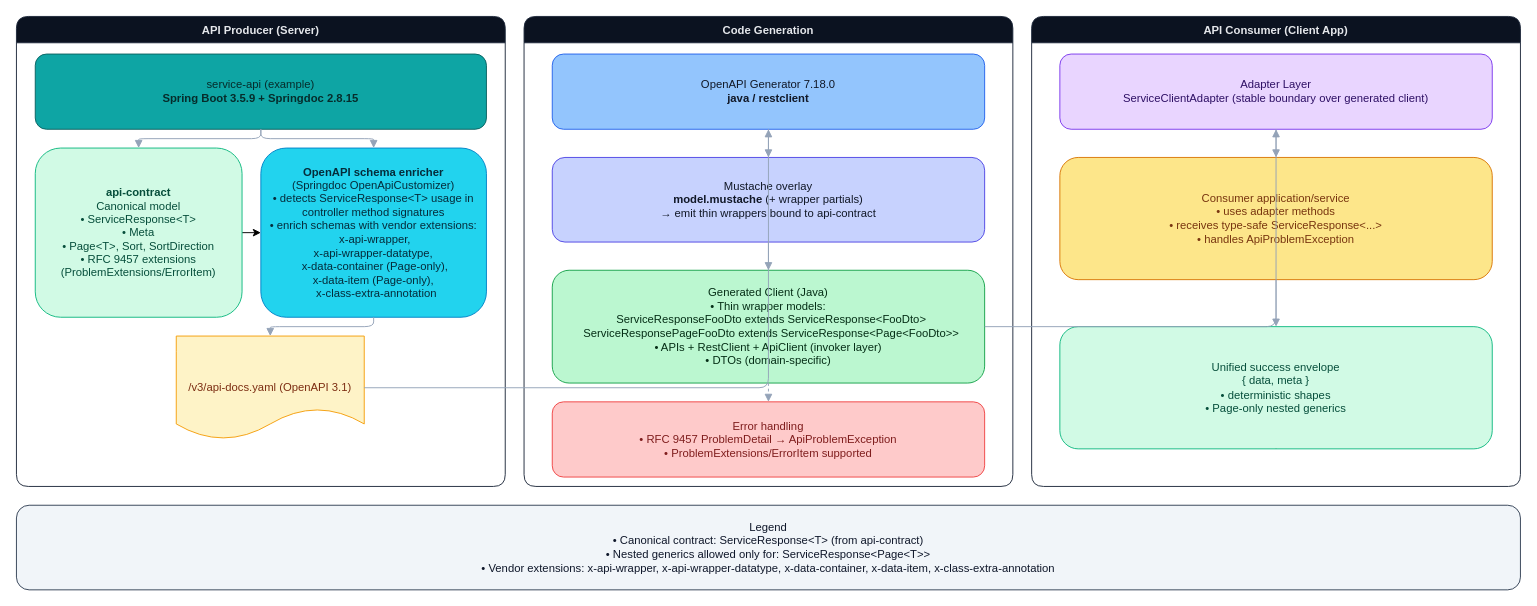
Above: docs/images/architecture/architectural-diagram.drawio in bsayli/spring-boot-openapi-generics-clients (draw.io), before the change. Source tidied: cells renumbered, new cells numbered last; positions are measured from the earlier drawing's top-left corner, leaving out a move shared by most shapes. Both pictures are drawn from the tidied source at 94%, with x=0, y=0 at pixel (16, 16).
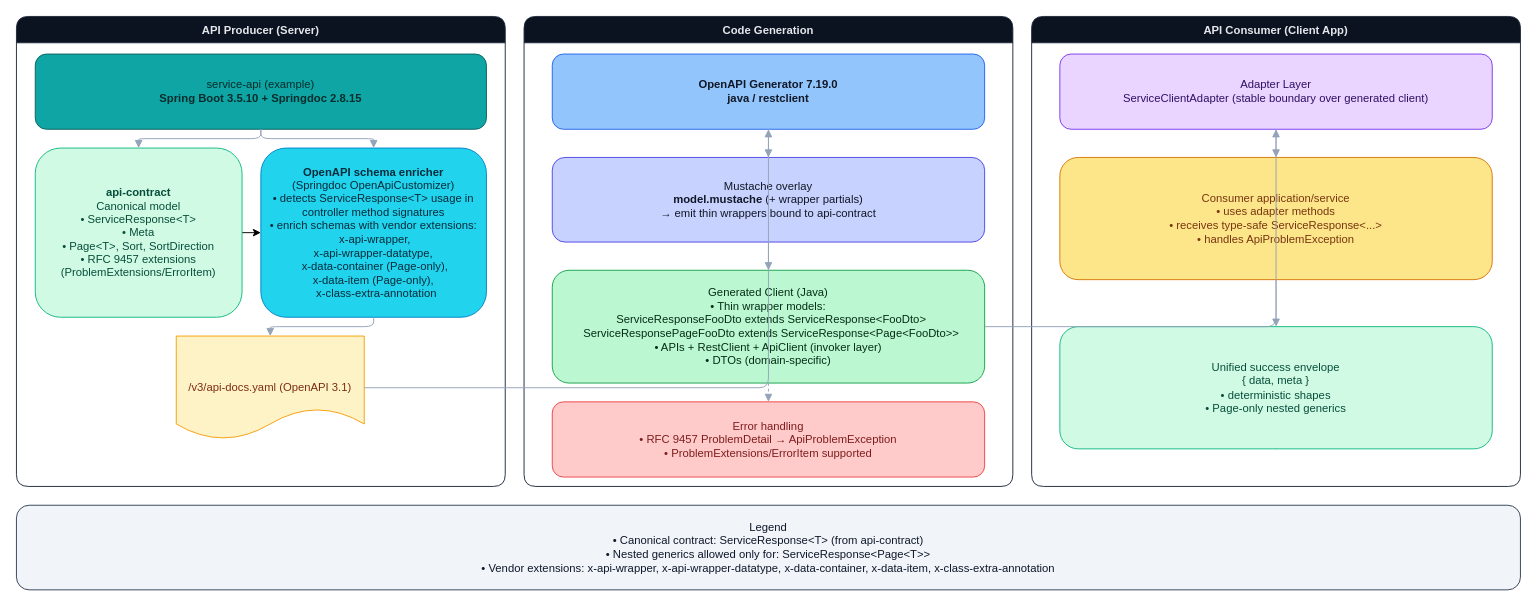
Above is the later version.

Unchanged cells that the change refers to:
```xml
<mxCell id="2" value="API Producer (Server)" style="swimlane;rounded=1;strokeColor=#1e293b;fillColor=#0b1220;fontColor=#e5e7eb;horizontal=1;startSize=28;" parent="1" vertex="1">
  <mxGeometry width="520" height="500" as="geometry" />
</mxCell>
<mxCell id="11" value="Code Generation" style="swimlane;rounded=1;strokeColor=#1e293b;fillColor=#0b1220;fontColor=#e5e7eb;horizontal=1;startSize=28;" parent="1" vertex="1">
  <mxGeometry x="540" width="520" height="500" as="geometry" />
</mxCell>
```

Change to the diagram source:
```diff
@@
-    <mxCell id="3" value="service-api (example)&lt;br&gt;&lt;b&gt;Spring Boot 3.5.9 + Springdoc 2.8.15&lt;/b&gt;" style="rounded=1;whiteSpace=wrap;html=1;fillColor=#0ea5a4;strokeColor=#0b6261;fontColor=#062c2b;" parent="2" vertex="1">
+    <mxCell id="3" value="service-api (example)&lt;br&gt;&lt;b&gt;Spring Boot 3.5.10 + Springdoc 2.8.15&lt;/b&gt;" style="rounded=1;whiteSpace=wrap;html=1;fillColor=#0ea5a4;strokeColor=#0b6261;fontColor=#062c2b;" parent="2" vertex="1">
       <mxGeometry x="20" y="40" width="480" height="80" as="geometry" />
     </mxCell>
@@
-    <mxCell id="12" value="OpenAPI Generator 7.18.0&lt;br&gt;&lt;b&gt;java / restclient&lt;/b&gt;" style="rounded=1;whiteSpace=wrap;html=1;fillColor=#93c5fd;strokeColor=#2563eb;fontColor=#111827;" parent="11" vertex="1">
+    <mxCell id="12" value="&lt;b&gt;OpenAPI Generator 7.19.0&lt;/b&gt;&lt;br&gt;&lt;b&gt;java / restclient&lt;/b&gt;" style="rounded=1;whiteSpace=wrap;html=1;fillColor=#93c5fd;strokeColor=#2563eb;fontColor=#111827;" parent="11" vertex="1">
       <mxGeometry x="30" y="40" width="460" height="80" as="geometry" />
     </mxCell>
```
